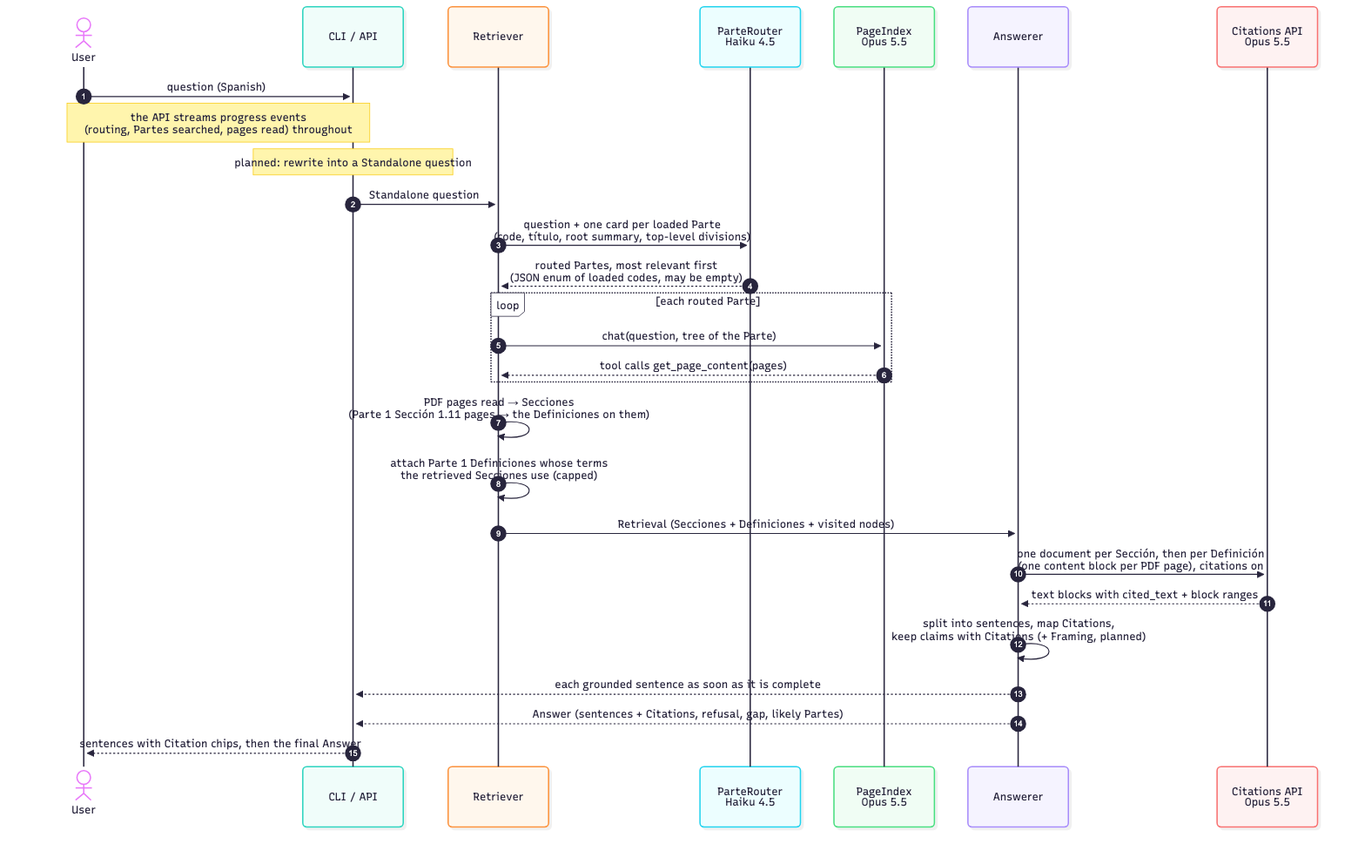
Above: docs/diagrams/answering.png in Guernik/raac-rag (Mermaid), before the change. Its source is kept beside it as docs/diagrams/answering.mmd.
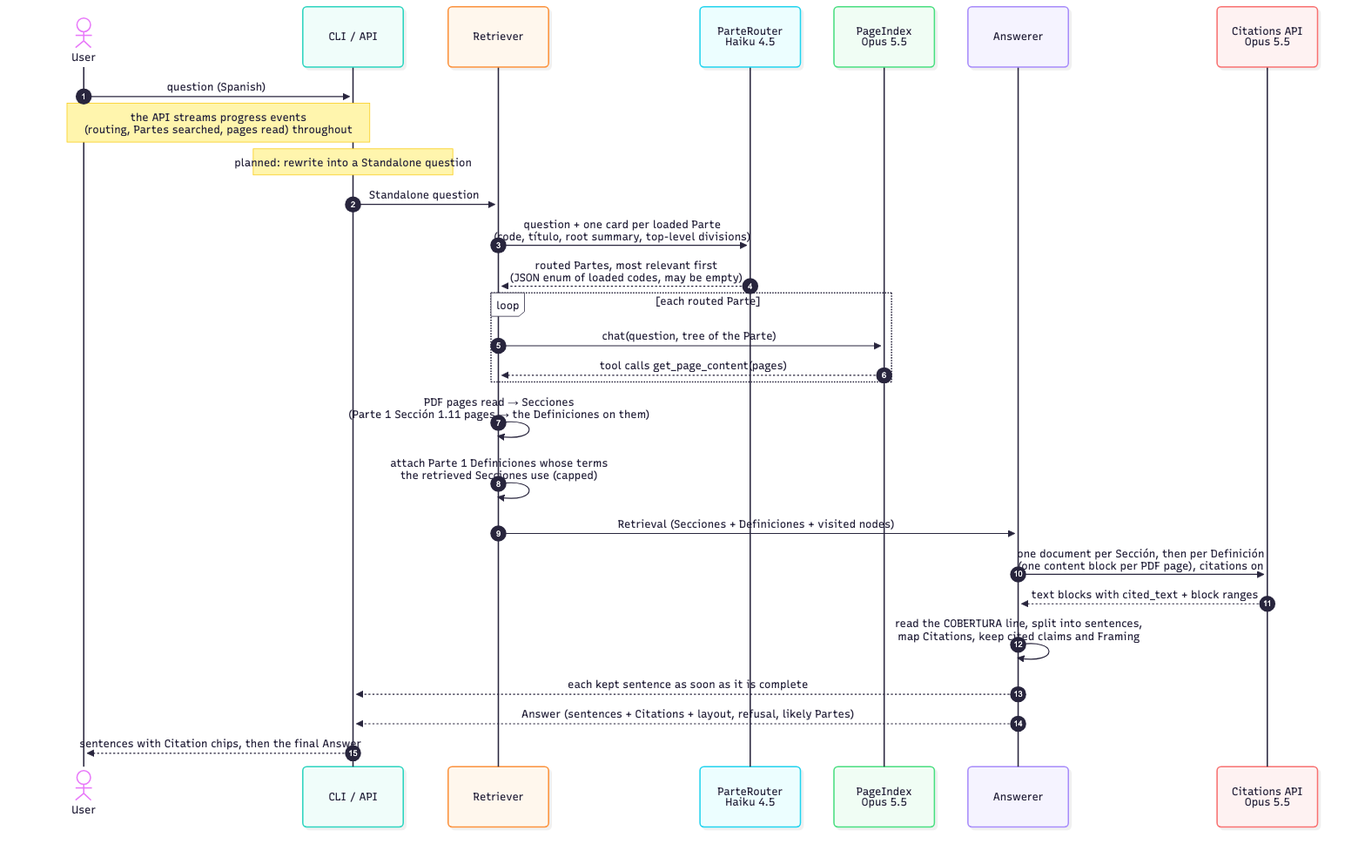
Later version of the same file.

Commit message:
docs: diagrams show Framing, the coverage line and Answer layout

The edit, as a diff of the source:
```diff
@@ -23,7 +23,7 @@
     R->>A: Retrieval (Secciones + Definiciones + visited nodes)
     A->>L: one document per Sección, then per Definición<br/>(one content block per PDF page), citations on
     L-->>A: text blocks with cited_text + block ranges
-    A->>A: split into sentences, map Citations,<br/>keep claims with Citations (+ Framing, planned)
-    A-->>C: each grounded sentence as soon as it is complete
-    A-->>C: Answer (sentences + Citations, refusal, gap, likely Partes)
+    A->>A: read the COBERTURA line, split into sentences,<br/>map Citations, keep cited claims and Framing
+    A-->>C: each kept sentence as soon as it is complete
+    A-->>C: Answer (sentences + Citations + layout, refusal, likely Partes)
     C-->>U: sentences with Citation chips, then the final Answer
```
